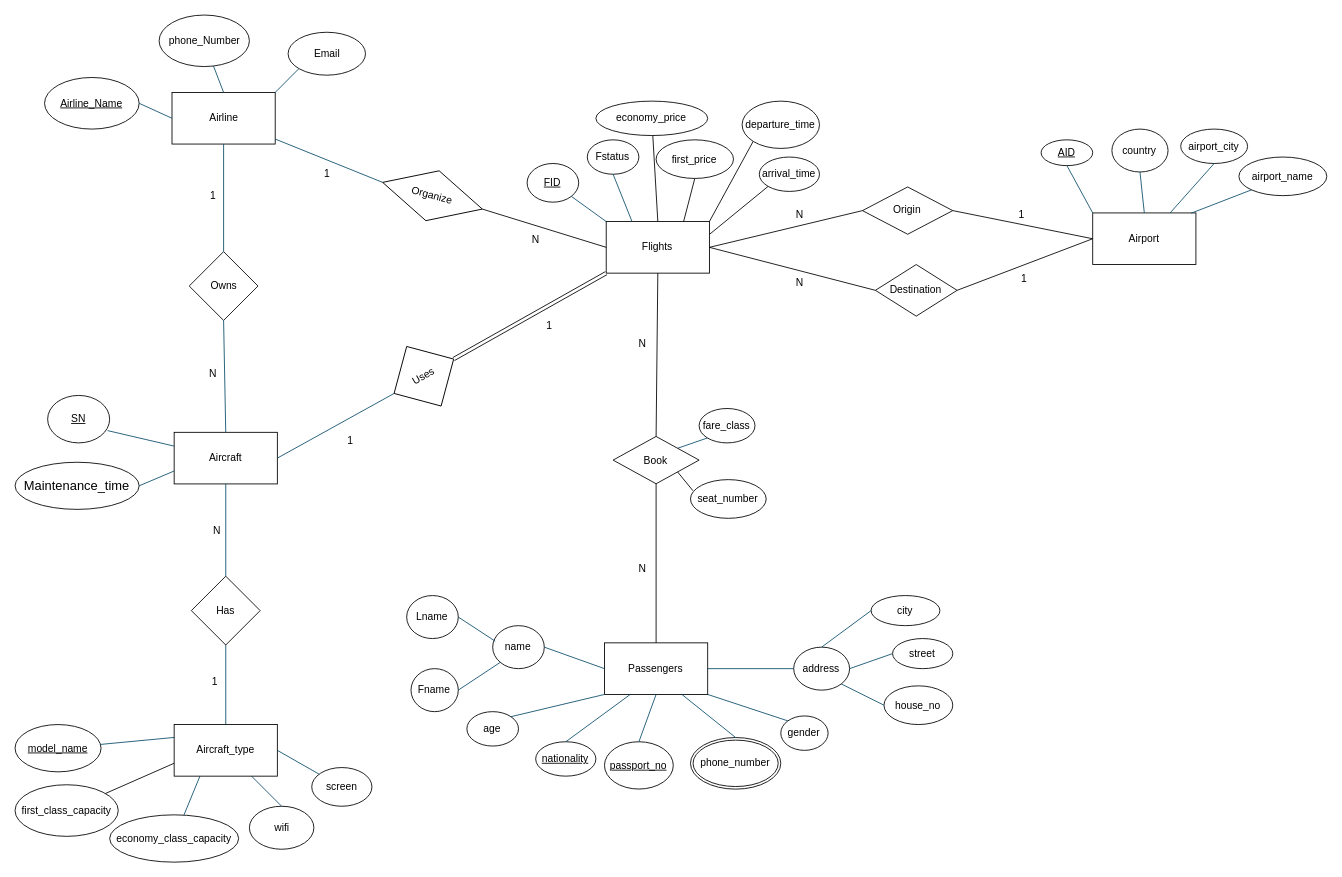
Before: page "ER-diagram" (1 of 15) of Airport-DBMS.drawio in AbdullahKhkmba/Airport-DBMS, a draw.io diagram. Source tidied: cells renumbered, new cells numbered last; positions are measured from the earlier drawing's top-left corner, leaving out a move shared by most shapes. Both pictures are drawn from the tidied source at 86%, with x=0, y=0 at pixel (15, 15).
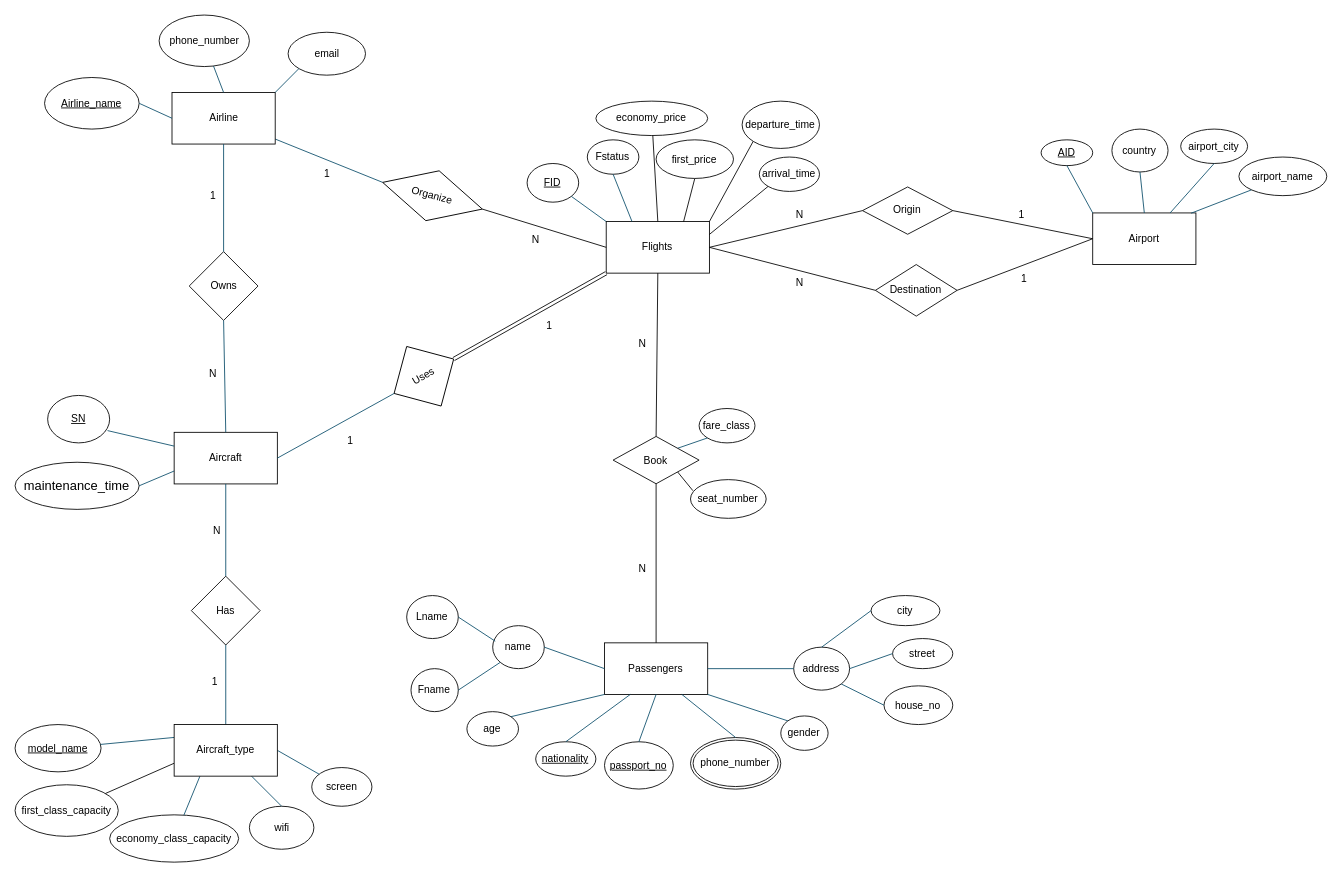
The same diagram, later.

The edit, as a diff of the source:
```diff
@@
-    <mxCell id="71" value="&lt;u&gt;Airline_Name&lt;/u&gt;" style="ellipse;whiteSpace=wrap;html=1;labelBackgroundColor=none;" parent="1" vertex="1">
+    <mxCell id="71" value="&lt;u&gt;Airline_name&lt;/u&gt;" style="ellipse;whiteSpace=wrap;html=1;labelBackgroundColor=none;" parent="1" vertex="1">
       <mxGeometry x="34.3" y="72.6" width="110" height="60" as="geometry" />
     </mxCell>
@@
-    <mxCell id="73" value="phone_Number" style="ellipse;whiteSpace=wrap;html=1;labelBackgroundColor=none;" parent="1" vertex="1">
+    <mxCell id="73" value="phone_number" style="ellipse;whiteSpace=wrap;html=1;labelBackgroundColor=none;" parent="1" vertex="1">
       <mxGeometry x="167.5" width="105" height="59.9" as="geometry" />
     </mxCell>
-    <mxCell id="74" value="Email" style="ellipse;whiteSpace=wrap;html=1;labelBackgroundColor=none;" parent="1" vertex="1">
+    <mxCell id="74" value="email" style="ellipse;whiteSpace=wrap;html=1;labelBackgroundColor=none;" parent="1" vertex="1">
       <mxGeometry x="317.5" y="20" width="90" height="49.9" as="geometry" />
     </mxCell>
@@
-    <mxCell id="85" value="&lt;font style=&quot;font-size: 15px;&quot;&gt;Maintenance_time&lt;/font&gt;" style="ellipse;whiteSpace=wrap;html=1;labelBackgroundColor=none;" parent="1" vertex="1">
+    <mxCell id="85" value="&lt;font style=&quot;font-size: 15px;&quot;&gt;maintenance_time&lt;/font&gt;" style="ellipse;whiteSpace=wrap;html=1;labelBackgroundColor=none;" parent="1" vertex="1">
       <mxGeometry y="520" width="144.3" height="54.8" as="geometry" />
     </mxCell>
```
